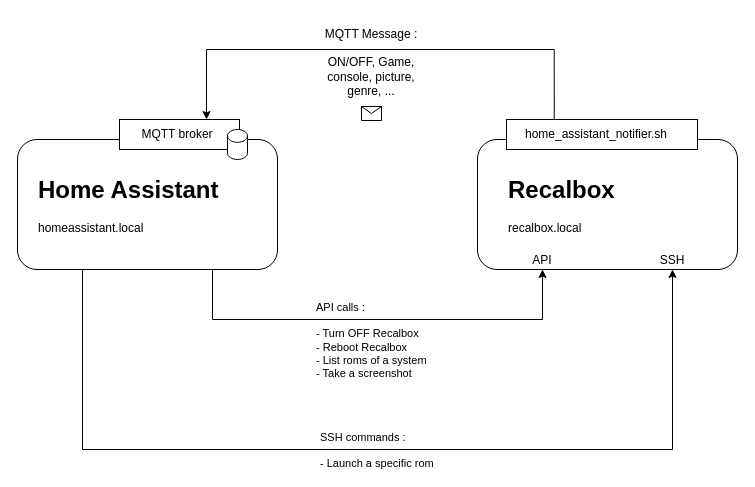
Before: docs/RecalboxHomeAssistantArchitecture.drawio in ooree23/RecalboxHomeAssistant, a draw.io diagram. Source tidied: cells renumbered, new cells numbered last; positions are measured from the earlier drawing's top-left corner, leaving out a move shared by most shapes. Both pictures are drawn from the tidied source at 100%, with x=0, y=0 at pixel (17, 17).
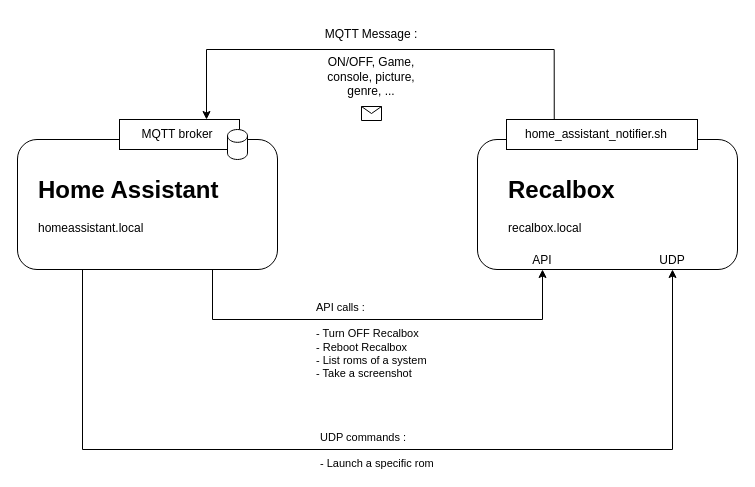
After the change.

Unchanged cells that the change refers to:
```xml
<mxCell id="6" style="edgeStyle=orthogonalEdgeStyle;rounded=0;jettySize=auto;html=1;exitX=0.25;exitY=1;exitDx=0;exitDy=0;entryX=0.75;entryY=1;entryDx=0;entryDy=0;" parent="1" edge="1" source="8" target="2">
  <mxGeometry relative="1" as="geometry">
    <Array as="points">
      <mxPoint x="65" y="432" />
      <mxPoint x="655" y="432" />
    </Array>
  </mxGeometry>
</mxCell>
```

Diff of the diagram source:
```diff
@@
-    <mxCell id="7" value="SSH commands :&lt;div&gt;&lt;br&gt;&lt;/div&gt;&lt;div style=&quot;&quot;&gt;- Launch a specific rom&lt;/div&gt;" style="edgeLabel;html=1;align=left;verticalAlign=middle;labelBackgroundColor=none;" parent="6" vertex="1">
+    <mxCell id="7" value="UDP commands :&lt;div&gt;&lt;br&gt;&lt;/div&gt;&lt;div style=&quot;&quot;&gt;- Launch a specific rom&lt;/div&gt;" style="edgeLabel;html=1;align=left;verticalAlign=middle;labelBackgroundColor=none;" parent="6" vertex="1">
       <mxGeometry x="0.01" y="4" relative="1" as="geometry">
         <mxPoint x="-64" y="4" as="offset" />
       </mxGeometry>
     </mxCell>
@@
-    <mxCell id="19" value="SSH" style="text;html=1;whiteSpace=wrap;strokeColor=none;fillColor=none;align=center;verticalAlign=middle;rounded=0;" parent="1" vertex="1">
+    <mxCell id="19" value="UDP" style="text;html=1;whiteSpace=wrap;strokeColor=none;fillColor=none;align=center;verticalAlign=middle;rounded=0;" parent="1" vertex="1">
       <mxGeometry x="625" y="228" width="60" height="30" as="geometry" />
     </mxCell>
```
